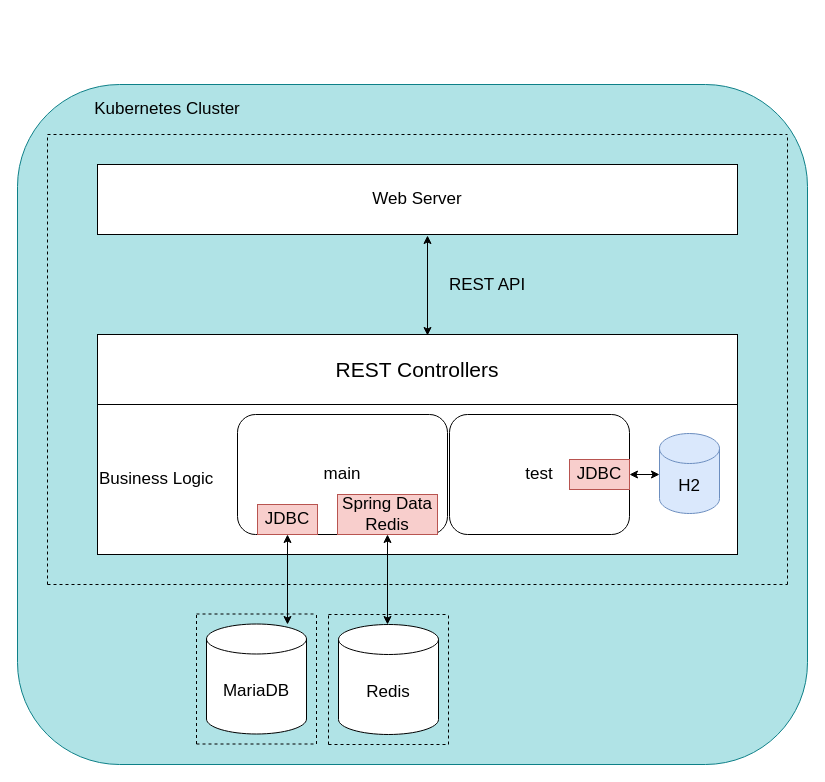
Before: docs/drawio XML files/architecture_diagram.drawio in spe-uob/2021-NormalAnalytics, a draw.io diagram. Source tidied: cells renumbered, new cells numbered last; positions are measured from the earlier drawing's top-left corner, leaving out a move shared by most shapes. Both pictures are drawn from the tidied source at 100%, with x=0, y=0 at pixel (17, 84).
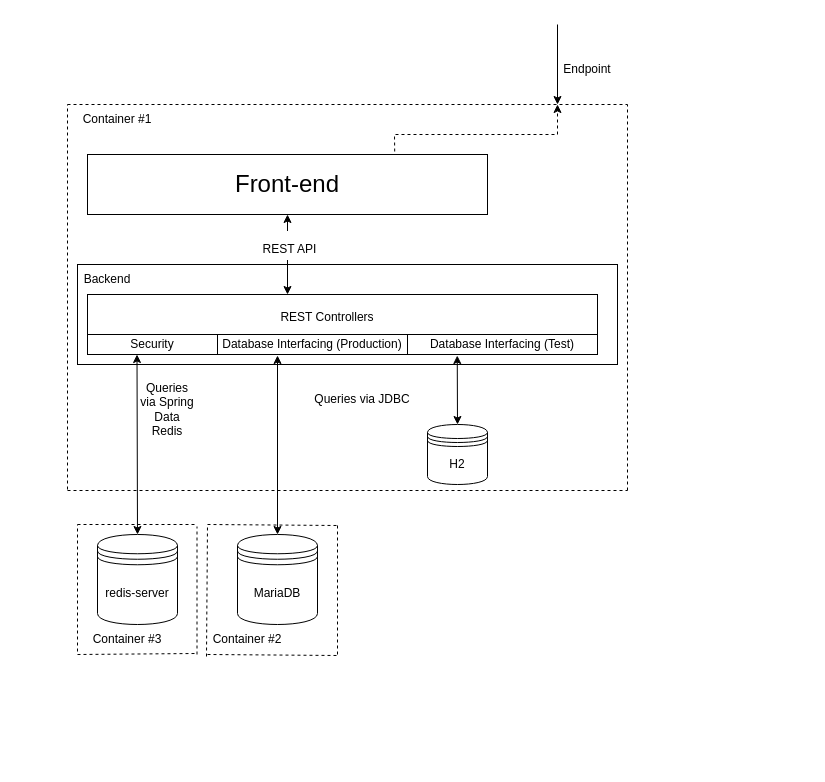
The same page after the edit.

Commit message (it also covers changes not shown here):
Finished backend documentation

The edit, as a diff of the source:
```diff
@@
-    <mxCell id="2" style="rounded=1;whiteSpace=wrap;html=1;fontSize=17;fillColor=#b0e3e6;strokeColor=#0e8088;" parent="1" vertex="1">
-      <mxGeometry width="790" height="680" as="geometry" />
-    </mxCell>
+    <mxCell id="32" style="rounded=0;whiteSpace=wrap;html=1;" parent="1" vertex="1">
+      <mxGeometry x="60" y="180" width="540" height="100" as="geometry" />
+    </mxCell>
+    <mxCell id="33" value="&lt;font style=&quot;font-size: 24px&quot;&gt;Front-end&lt;/font&gt;" style="rounded=0;whiteSpace=wrap;html=1;" parent="1" vertex="1">
+      <mxGeometry x="70" y="70" width="400" height="60" as="geometry" />
+    </mxCell>
+    <mxCell id="34" style="endArrow=classic;startArrow=classic;html=1;rounded=0;fontSize=24;entryX=0.5;entryY=1;entryDx=0;entryDy=0;" parent="1" edge="1" target="33">
+      <mxGeometry relative="1" as="geometry">
+        <mxPoint x="270" y="210" as="sourcePoint" />
+      </mxGeometry>
+    </mxCell>
+    <mxCell id="9" value="&lt;font style=&quot;font-size: 12px&quot;&gt;REST API&lt;/font&gt;" style="edgeLabel;html=1;align=center;verticalAlign=middle;fontSize=24;" parent="34" vertex="1">
+      <mxGeometry x="0.25" y="-1" relative="1" as="geometry" />
+    </mxCell>
+    <mxCell id="35" style="rounded=0;whiteSpace=wrap;html=1;" parent="1" vertex="1">
+      <mxGeometry x="70" y="210" width="510" height="60" as="geometry" />
+    </mxCell>
+    <mxCell id="7" value="H2" style="shape=datastore;whiteSpace=wrap;html=1;fontSize=12;" parent="1" vertex="1">
+      <mxGeometry x="410" y="340" width="60" height="60" as="geometry" />
+    </mxCell>
+    <mxCell id="36" style="endArrow=classic;startArrow=classic;html=1;rounded=0;fontSize=12;entryX=0.725;entryY=1.017;entryDx=0;entryDy=0;entryPerimeter=0;exitX=0.5;exitY=0;exitDx=0;exitDy=0;" parent="1" edge="1" source="7" target="35">
+      <mxGeometry relative="1" as="geometry" />
+    </mxCell>
+    <mxCell id="21" value="MariaDB" style="shape=datastore;whiteSpace=wrap;html=1;fontSize=12;" parent="1" vertex="1">
+      <mxGeometry x="220" y="450" width="80" height="90" as="geometry" />
+    </mxCell>
+    <mxCell id="37" value="redis-server" style="shape=datastore;whiteSpace=wrap;html=1;fontSize=12;" parent="1" vertex="1">
+      <mxGeometry x="80" y="450" width="80" height="90" as="geometry" />
+    </mxCell>
+    <mxCell id="38" style="endArrow=classic;startArrow=classic;html=1;rounded=0;fontSize=12;entryX=0.725;entryY=1.017;entryDx=0;entryDy=0;entryPerimeter=0;" parent="1" edge="1">
+      <mxGeometry relative="1" as="geometry">
+        <mxPoint x="260" y="450" as="sourcePoint" />
+        <mxPoint x="260" y="271" as="targetPoint" />
+      </mxGeometry>
+    </mxCell>
+    <mxCell id="39" value="Queries via JDBC" style="text;html=1;strokeColor=none;fillColor=none;align=center;verticalAlign=middle;whiteSpace=wrap;rounded=0;fontSize=12;" parent="1" vertex="1">
+      <mxGeometry x="280" y="300" width="130" height="30" as="geometry" />
+    </mxCell>
+    <mxCell id="40" style="endArrow=classic;startArrow=classic;html=1;rounded=0;fontSize=12;entryX=0.725;entryY=1.017;entryDx=0;entryDy=0;entryPerimeter=0;" parent="1" edge="1">
+      <mxGeometry relative="1" as="geometry">
+        <mxPoint x="120" y="450" as="sourcePoint" />
+        <mxPoint x="119.5" y="270" as="targetPoint" />
+      </mxGeometry>
+    </mxCell>
+    <mxCell id="41" value="Queries via Spring Data Redis" style="text;html=1;strokeColor=none;fillColor=none;align=center;verticalAlign=middle;whiteSpace=wrap;rounded=0;fontSize=12;" parent="1" vertex="1">
+      <mxGeometry x="120" y="310" width="60" height="30" as="geometry" />
+    </mxCell>
+    <mxCell id="42" style="endArrow=none;dashed=1;html=1;rounded=0;fontSize=12;" parent="1" edge="1">
+      <mxGeometry relative="1" as="geometry">
+        <mxPoint x="50" y="405" as="sourcePoint" />
+        <mxPoint x="50" y="20" as="targetPoint" />
+      </mxGeometry>
+    </mxCell>
+    <mxCell id="43" style="endArrow=none;dashed=1;html=1;rounded=0;fontSize=12;" parent="1" edge="1">
+      <mxGeometry relative="1" as="geometry">
+        <mxPoint x="50" y="406" as="sourcePoint" />
+        <mxPoint x="610" y="406" as="targetPoint" />
+      </mxGeometry>
+    </mxCell>
+    <mxCell id="44" style="endArrow=none;dashed=1;html=1;rounded=0;fontSize=12;" parent="1" edge="1">
+      <mxGeometry relative="1" as="geometry">
+        <mxPoint x="610" y="406" as="sourcePoint" />
+        <mxPoint x="610" y="20" as="targetPoint" />
+      </mxGeometry>
+    </mxCell>
+    <mxCell id="45" style="endArrow=none;dashed=1;html=1;rounded=0;fontSize=12;" parent="1" edge="1">
+      <mxGeometry relative="1" as="geometry">
+        <mxPoint x="50" y="20" as="sourcePoint" />
+        <mxPoint x="610" y="20" as="targetPoint" />
+      </mxGeometry>
+    </mxCell>
+    <mxCell id="46" value="Container #1" style="text;html=1;strokeColor=none;fillColor=none;align=center;verticalAlign=middle;whiteSpace=wrap;rounded=0;fontSize=12;" parent="1" vertex="1">
+      <mxGeometry x="50" y="20" width="100" height="30" as="geometry" />
+    </mxCell>
+    <mxCell id="47" style="endArrow=none;dashed=1;html=1;rounded=0;fontSize=12;exitX=0.09;exitY=1.067;exitDx=0;exitDy=0;exitPerimeter=0;" parent="1" edge="1" source="51">
+      <mxGeometry relative="1" as="geometry">
+        <mxPoint x="190" y="440.5" as="targetPoint" />
+      </mxGeometry>
+    </mxCell>
+    <mxCell id="48" style="endArrow=none;dashed=1;html=1;rounded=0;fontSize=12;" parent="1" edge="1">
+      <mxGeometry relative="1" as="geometry">
+        <mxPoint x="190" y="570" as="sourcePoint" />
+        <mxPoint x="320" y="571" as="targetPoint" />
+      </mxGeometry>
+    </mxCell>
+    <mxCell id="49" style="endArrow=none;dashed=1;html=1;rounded=0;fontSize=12;" parent="1" edge="1">
+      <mxGeometry relative="1" as="geometry">
+        <mxPoint x="320" y="570" as="sourcePoint" />
+        <mxPoint x="320" y="440.5" as="targetPoint" />
+      </mxGeometry>
+    </mxCell>
+    <mxCell id="50" style="endArrow=none;dashed=1;html=1;rounded=0;fontSize=12;" parent="1" edge="1">
+      <mxGeometry relative="1" as="geometry">
+        <mxPoint x="190" y="440" as="sourcePoint" />
+        <mxPoint x="320" y="441" as="targetPoint" />
+      </mxGeometry>
+    </mxCell>
+    <mxCell id="51" value="Container #2" style="text;html=1;strokeColor=none;fillColor=none;align=center;verticalAlign=middle;whiteSpace=wrap;rounded=0;fontSize=12;" parent="1" vertex="1">
+      <mxGeometry x="180" y="540" width="100" height="30" as="geometry" />
+    </mxCell>
+    <mxCell id="52" style="endArrow=none;dashed=1;html=1;rounded=0;fontSize=12;" parent="1" edge="1">
+      <mxGeometry relative="1" as="geometry">
+        <mxPoint x="60" y="567" as="sourcePoint" />
+        <mxPoint x="60" y="440" as="targetPoint" />
+      </mxGeometry>
+    </mxCell>
+    <mxCell id="53" style="endArrow=none;dashed=1;html=1;rounded=0;fontSize=12;exitX=0;exitY=1;exitDx=0;exitDy=0;" parent="1" edge="1" source="56">
+      <mxGeometry relative="1" as="geometry">
+        <mxPoint x="179.5" y="569" as="targetPoint" />
+      </mxGeometry>
+    </mxCell>
+    <mxCell id="54" style="endArrow=none;dashed=1;html=1;rounded=0;fontSize=12;" parent="1" edge="1">
+      <mxGeometry relative="1" as="geometry">
+        <mxPoint x="179.5" y="570" as="sourcePoint" />
+        <mxPoint x="179.5" y="442" as="targetPoint" />
+      </mxGeometry>
+    </mxCell>
+    <mxCell id="55" style="endArrow=none;dashed=1;html=1;rounded=0;fontSize=12;" parent="1" edge="1">
+      <mxGeometry relative="1" as="geometry">
+        <mxPoint x="60" y="440" as="sourcePoint" />
+        <mxPoint x="179.5" y="440" as="targetPoint" />
+      </mxGeometry>
+    </mxCell>
+    <mxCell id="56" value="Container #3" style="text;html=1;strokeColor=none;fillColor=none;align=center;verticalAlign=middle;whiteSpace=wrap;rounded=0;fontSize=12;" parent="1" vertex="1">
+      <mxGeometry x="60" y="540" width="100" height="30" as="geometry" />
+    </mxCell>
+    <mxCell id="57" value="Security" style="rounded=0;whiteSpace=wrap;html=1;fontSize=12;" parent="1" vertex="1">
+      <mxGeometry x="70" y="250" width="130" height="20" as="geometry" />
+    </mxCell>
+    <mxCell id="58" value="Database Interfacing (Production)" style="rounded=0;whiteSpace=wrap;html=1;fontSize=12;" parent="1" vertex="1">
+      <mxGeometry x="200" y="250" width="190" height="20" as="geometry" />
+    </mxCell>
+    <mxCell id="59" value="Database Interfacing (Test)" style="rounded=0;whiteSpace=wrap;html=1;fontSize=12;" parent="1" vertex="1">
+      <mxGeometry x="390" y="250" width="190" height="20" as="geometry" />
+    </mxCell>
-    <mxCell id="3" value="&lt;font style=&quot;font-size: 21px&quot;&gt;REST Controllers&lt;/font&gt;" style="rounded=0;whiteSpace=wrap;html=1;" parent="1" vertex="1">
-      <mxGeometry x="80" y="250" width="640" height="70" as="geometry" />
+    <mxCell id="3" value="REST Controllers" style="text;html=1;strokeColor=none;fillColor=none;align=center;verticalAlign=middle;whiteSpace=wrap;rounded=0;fontSize=12;" parent="1" vertex="1">
+      <mxGeometry x="225" y="218" width="170" height="30" as="geometry" />
     </mxCell>
-    <mxCell id="4" value="&lt;font style=&quot;font-size: 17px&quot;&gt;Business Logic&lt;/font&gt;" style="rounded=0;whiteSpace=wrap;html=1;align=left;" parent="1" vertex="1">
-      <mxGeometry x="80" y="320" width="640" height="150" as="geometry" />
-    </mxCell>
-    <mxCell id="5" value="main" style="rounded=1;whiteSpace=wrap;html=1;fontSize=17;" parent="1" vertex="1">
-      <mxGeometry x="220" y="330" width="210" height="120" as="geometry" />
-    </mxCell>
-    <mxCell id="6" value="test" style="rounded=1;whiteSpace=wrap;html=1;fontSize=17;align=center;" parent="1" vertex="1">
-      <mxGeometry x="432" y="330" width="180" height="120" as="geometry" />
-    </mxCell>
-    <mxCell id="7" value="H2" style="shape=cylinder3;whiteSpace=wrap;html=1;boundedLbl=1;backgroundOutline=1;size=15;fontSize=17;fillColor=#dae8fc;strokeColor=#6c8ebf;" parent="1" vertex="1">
-      <mxGeometry x="642" y="349" width="60" height="80" as="geometry" />
-    </mxCell>
-    <mxCell id="8" style="endArrow=classic;startArrow=classic;html=1;rounded=0;fontSize=17;" parent="1" edge="1">
-      <mxGeometry relative="1" as="geometry">
-        <mxPoint x="410" y="251" as="sourcePoint" />
-        <mxPoint x="410" y="151" as="targetPoint" />
-      </mxGeometry>
-    </mxCell>
-    <mxCell id="9" value="REST API" style="text;html=1;strokeColor=none;fillColor=none;align=center;verticalAlign=middle;whiteSpace=wrap;rounded=0;fontSize=17;" parent="1" vertex="1">
-      <mxGeometry x="410" y="186" width="120" height="30" as="geometry" />
-    </mxCell>
-    <mxCell id="10" value="Web Server" style="rounded=0;whiteSpace=wrap;html=1;fontSize=17;" parent="1" vertex="1">
-      <mxGeometry x="80" y="80" width="640" height="70" as="geometry" />
-    </mxCell>
-    <mxCell id="11" style="endArrow=classic;startArrow=classic;html=1;rounded=0;fontSize=17;exitX=1;exitY=0.5;exitDx=0;exitDy=0;" parent="1" edge="1">
-      <mxGeometry relative="1" as="geometry">
-        <mxPoint x="612" y="390" as="sourcePoint" />
-        <mxPoint x="642" y="390" as="targetPoint" />
-      </mxGeometry>
-    </mxCell>
-    <mxCell id="12" value="JDBC" style="rounded=0;whiteSpace=wrap;html=1;fontSize=17;fillColor=#f8cecc;strokeColor=#b85450;" parent="1" vertex="1">
-      <mxGeometry x="552" y="375" width="60" height="30" as="geometry" />
-    </mxCell>
-    <mxCell id="13" value="JDBC" style="rounded=0;whiteSpace=wrap;html=1;fontSize=17;fillColor=#f8cecc;strokeColor=#b85450;" parent="1" vertex="1">
-      <mxGeometry x="240" y="420" width="60" height="30" as="geometry" />
-    </mxCell>
-    <mxCell id="14" value="Spring Data Redis" style="rounded=0;whiteSpace=wrap;html=1;fontSize=17;fillColor=#f8cecc;strokeColor=#b85450;" parent="1" vertex="1">
-      <mxGeometry x="320" y="410" width="100" height="40" as="geometry" />
-    </mxCell>
-    <mxCell id="15" style="endArrow=none;dashed=1;html=1;rounded=0;fontSize=17;" parent="1" edge="1">
-      <mxGeometry relative="1" as="geometry">
-        <mxPoint x="30" y="500" as="sourcePoint" />
-        <mxPoint x="30" y="50" as="targetPoint" />
-      </mxGeometry>
-    </mxCell>
-    <mxCell id="16" style="endArrow=none;dashed=1;html=1;rounded=0;fontSize=17;" parent="1" edge="1">
-      <mxGeometry relative="1" as="geometry">
-        <mxPoint x="770" y="500" as="sourcePoint" />
-        <mxPoint x="770" y="50" as="targetPoint" />
-      </mxGeometry>
-    </mxCell>
-    <mxCell id="17" style="endArrow=none;dashed=1;html=1;rounded=0;fontSize=17;" parent="1" edge="1">
-      <mxGeometry relative="1" as="geometry">
-        <mxPoint x="30" y="50" as="sourcePoint" />
-        <mxPoint x="770" y="50" as="targetPoint" />
-      </mxGeometry>
-    </mxCell>
-    <mxCell id="18" style="endArrow=none;dashed=1;html=1;rounded=0;fontSize=17;" parent="1" edge="1">
-      <mxGeometry relative="1" as="geometry">
-        <mxPoint x="30" y="500" as="sourcePoint" />
-        <mxPoint x="770" y="500" as="targetPoint" />
-      </mxGeometry>
-    </mxCell>
-    <mxCell id="19" style="endArrow=classic;startArrow=classic;html=1;rounded=0;fontSize=17;entryX=0.5;entryY=1;entryDx=0;entryDy=0;" parent="1" edge="1" target="13">
-      <mxGeometry relative="1" as="geometry">
-        <mxPoint x="270" y="540" as="sourcePoint" />
-      </mxGeometry>
-    </mxCell>
-    <mxCell id="20" style="endArrow=classic;startArrow=classic;html=1;rounded=0;fontSize=17;entryX=0.5;entryY=1;entryDx=0;entryDy=0;" parent="1" edge="1" target="14">
-      <mxGeometry relative="1" as="geometry">
-        <mxPoint x="370" y="540" as="sourcePoint" />
-      </mxGeometry>
-    </mxCell>
-    <mxCell id="21" value="MariaDB" style="shape=cylinder3;whiteSpace=wrap;html=1;boundedLbl=1;backgroundOutline=1;size=15;fontSize=17;" parent="1" vertex="1">
-      <mxGeometry x="189" y="539.5" width="100" height="110" as="geometry" />
-    </mxCell>
-    <mxCell id="22" style="endArrow=none;dashed=1;html=1;rounded=0;fontSize=17;" parent="1" edge="1">
-      <mxGeometry relative="1" as="geometry">
-        <mxPoint x="179" y="659.5" as="sourcePoint" />
-        <mxPoint x="179" y="529.5" as="targetPoint" />
-      </mxGeometry>
-    </mxCell>
-    <mxCell id="23" style="endArrow=none;dashed=1;html=1;rounded=0;fontSize=17;" parent="1" edge="1">
-      <mxGeometry relative="1" as="geometry">
-        <mxPoint x="179" y="529.5" as="sourcePoint" />
-        <mxPoint x="299" y="529.5" as="targetPoint" />
-      </mxGeometry>
-    </mxCell>
-    <mxCell id="24" style="endArrow=none;dashed=1;html=1;rounded=0;fontSize=17;" parent="1" edge="1">
-      <mxGeometry relative="1" as="geometry">
-        <mxPoint x="299" y="659.5" as="sourcePoint" />
-        <mxPoint x="299" y="529.5" as="targetPoint" />
-      </mxGeometry>
-    </mxCell>
-    <mxCell id="25" style="endArrow=none;dashed=1;html=1;rounded=0;fontSize=17;" parent="1" edge="1">
-      <mxGeometry relative="1" as="geometry">
-        <mxPoint x="179" y="659.5" as="sourcePoint" />
-        <mxPoint x="299" y="659.5" as="targetPoint" />
-      </mxGeometry>
-    </mxCell>
-    <mxCell id="26" value="Redis" style="shape=cylinder3;whiteSpace=wrap;html=1;boundedLbl=1;backgroundOutline=1;size=15;fontSize=17;" parent="1" vertex="1">
-      <mxGeometry x="321" y="540" width="100" height="110" as="geometry" />
-    </mxCell>
-    <mxCell id="27" style="endArrow=none;dashed=1;html=1;rounded=0;fontSize=17;" parent="1" edge="1">
-      <mxGeometry relative="1" as="geometry">
-        <mxPoint x="311" y="660" as="sourcePoint" />
-        <mxPoint x="311" y="530" as="targetPoint" />
-      </mxGeometry>
-    </mxCell>
-    <mxCell id="28" style="endArrow=none;dashed=1;html=1;rounded=0;fontSize=17;" parent="1" edge="1">
-      <mxGeometry relative="1" as="geometry">
-        <mxPoint x="311" y="530" as="sourcePoint" />
-        <mxPoint x="431" y="530" as="targetPoint" />
-      </mxGeometry>
-    </mxCell>
-    <mxCell id="29" style="endArrow=none;dashed=1;html=1;rounded=0;fontSize=17;" parent="1" edge="1">
-      <mxGeometry relative="1" as="geometry">
-        <mxPoint x="431" y="660" as="sourcePoint" />
-        <mxPoint x="431" y="530" as="targetPoint" />
-      </mxGeometry>
-    </mxCell>
-    <mxCell id="30" style="endArrow=none;dashed=1;html=1;rounded=0;fontSize=17;" parent="1" edge="1">
-      <mxGeometry relative="1" as="geometry">
-        <mxPoint x="311" y="660" as="sourcePoint" />
-        <mxPoint x="431" y="660" as="targetPoint" />
-      </mxGeometry>
-    </mxCell>
-    <mxCell id="31" value="Kubernetes Cluster" style="text;html=1;strokeColor=none;fillColor=none;align=center;verticalAlign=middle;whiteSpace=wrap;rounded=0;fontSize=17;" parent="1" vertex="1">
-      <mxGeometry x="70" y="10" width="160" height="30" as="geometry" />
-    </mxCell>
+    <mxCell id="60" value="Backend" style="text;html=1;strokeColor=none;fillColor=none;align=center;verticalAlign=middle;whiteSpace=wrap;rounded=0;fontSize=12;" parent="1" vertex="1">
+      <mxGeometry x="60" y="180" width="60" height="30" as="geometry" />
+    </mxCell>
+    <mxCell id="61" style="endArrow=classic;html=1;rounded=0;fontSize=12;" parent="1" edge="1">
+      <mxGeometry relative="1" as="geometry">
+        <mxPoint x="540" y="-60" as="sourcePoint" />
+        <mxPoint x="540" y="20" as="targetPoint" />
+      </mxGeometry>
+    </mxCell>
+    <mxCell id="62" value="Endpoint" style="text;html=1;strokeColor=none;fillColor=none;align=center;verticalAlign=middle;whiteSpace=wrap;rounded=0;fontSize=12;" parent="1" vertex="1">
+      <mxGeometry x="540" y="-30" width="60" height="30" as="geometry" />
+    </mxCell>
+    <mxCell id="63" style="html=1;labelBackgroundColor=#ffffff;startArrow=none;startFill=0;startSize=6;endArrow=classic;endFill=1;endSize=6;jettySize=auto;strokeWidth=1;dashed=1;fontSize=14;rounded=0;exitX=0.768;exitY=-0.05;exitDx=0;exitDy=0;exitPerimeter=0;" parent="1" edge="1" source="33">
+      <mxGeometry relative="1" as="geometry">
+        <mxPoint x="540" y="20" as="targetPoint" />
+        <Array as="points">
+          <mxPoint x="377" y="50" />
+          <mxPoint x="540" y="50" />
+        </Array>
+      </mxGeometry>
+    </mxCell>
```
